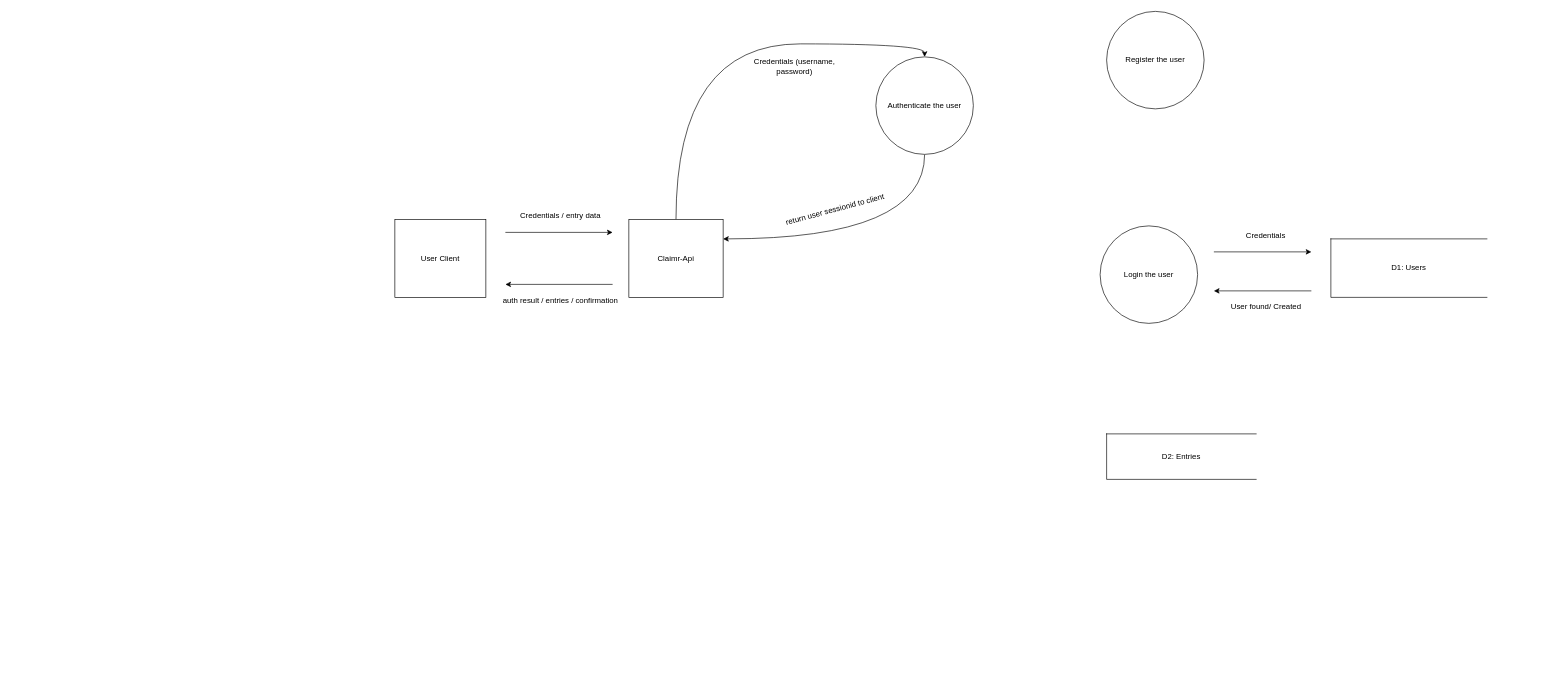
Airstriker123/Claimr-API keeps this draw.io diagram as DFD1.drawio. Above is the earlier version. Source tidied: cells renumbered, new cells numbered last; positions are measured from the earlier drawing's top-left corner, leaving out a move shared by most shapes. Both pictures are drawn from the tidied source at 65%, with x=0, y=0 at pixel (395, 11).
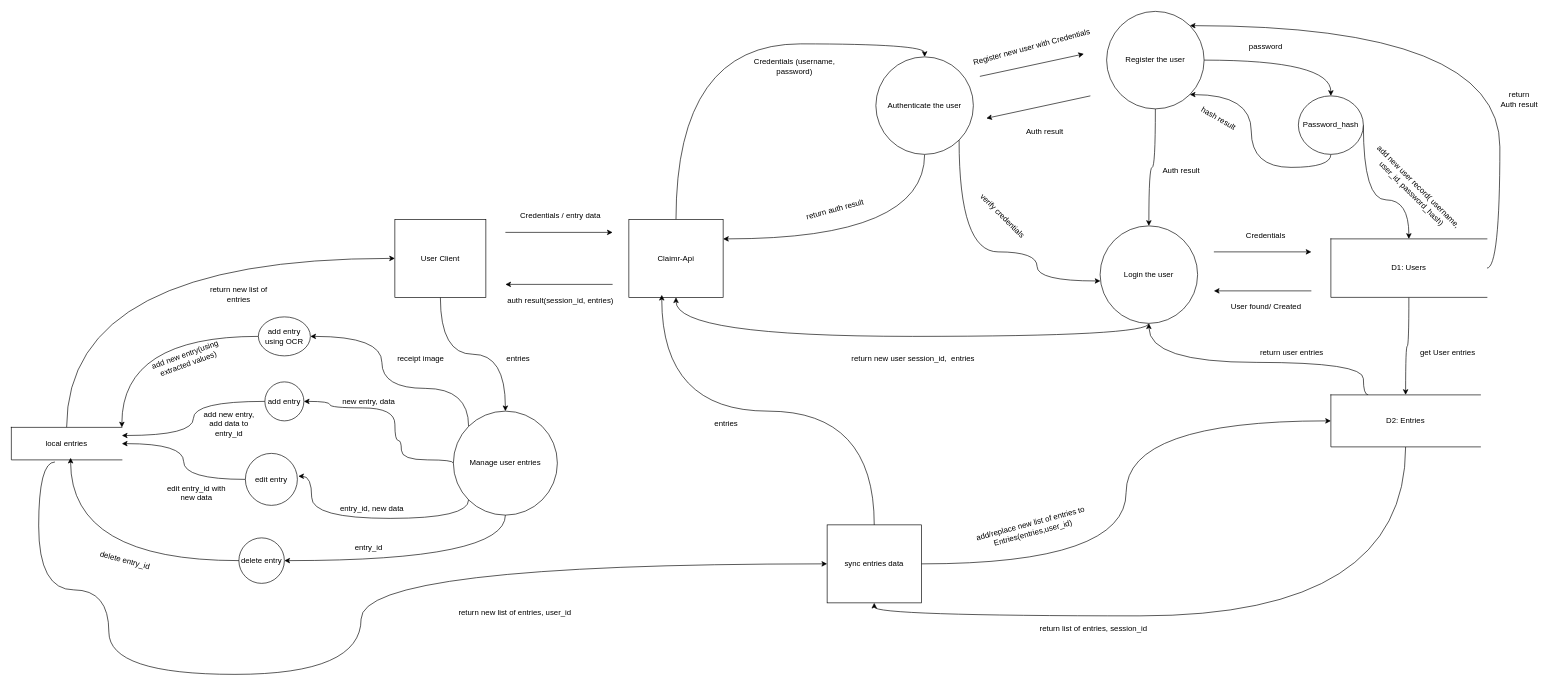
After the change.

Unchanged cells that the change refers to:
```xml
<mxCell id="2" value="User Client" style="rounded=0;whiteSpace=wrap;html=1;" parent="1" vertex="1">
  <mxGeometry y="320" width="140" height="120" as="geometry" />
</mxCell>
<mxCell id="7" value="D1: Users" style="html=1;dashed=0;whiteSpace=wrap;shape=partialRectangle;right=0;" parent="1" vertex="1">
  <mxGeometry x="1440" y="350" width="240" height="90" as="geometry" />
</mxCell>
<mxCell id="10" value="Claimr-Api" style="html=1;dashed=0;whiteSpace=wrap;" parent="1" vertex="1">
  <mxGeometry x="360" y="320" width="145" height="120" as="geometry" />
</mxCell>
<mxCell id="12" value="Authenticate the user" style="shape=ellipse;html=1;dashed=0;whiteSpace=wrap;perimeter=ellipsePerimeter;" parent="1" vertex="1">
  <mxGeometry x="740" y="70" width="150" height="150" as="geometry" />
</mxCell>
<mxCell id="19" value="Register the user" style="shape=ellipse;html=1;dashed=0;whiteSpace=wrap;perimeter=ellipsePerimeter;" parent="1" vertex="1">
  <mxGeometry x="1095" width="150" height="150" as="geometry" />
</mxCell>
<mxCell id="20" value="Login the user" style="shape=ellipse;html=1;dashed=0;whiteSpace=wrap;perimeter=ellipsePerimeter;" parent="1" vertex="1">
  <mxGeometry x="1085" y="330" width="150" height="150" as="geometry" />
</mxCell>
```

Change to the diagram source:
```diff
@@
+    <mxCell id="21" style="edgeStyle=orthogonalEdgeStyle;rounded=0;jettySize=auto;html=1;exitX=0.5;exitY=1;exitDx=0;exitDy=0;curved=1;" parent="1" edge="1" source="2" target="50">
+      <mxGeometry relative="1" as="geometry" />
+    </mxCell>
@@
-    <mxCell id="6" value="auth result / entries / confirmation" style="text;html=1;whiteSpace=wrap;strokeColor=none;fillColor=none;align=center;verticalAlign=middle;rounded=0;" parent="1" vertex="1">
+    <mxCell id="6" value="auth result(session_id, entries)" style="text;html=1;whiteSpace=wrap;strokeColor=none;fillColor=none;align=center;verticalAlign=middle;rounded=0;" parent="1" vertex="1">
       <mxGeometry x="160" y="430" width="190" height="30" as="geometry" />
     </mxCell>
+    <mxCell id="22" style="edgeStyle=orthogonalEdgeStyle;rounded=0;jettySize=auto;html=1;exitX=1;exitY=0.5;exitDx=0;exitDy=0;entryX=1;entryY=0;entryDx=0;entryDy=0;curved=1;" parent="1" edge="1" source="7" target="19">
+      <mxGeometry relative="1" as="geometry">
+        <Array as="points">
+          <mxPoint x="1700" y="395" />
+          <mxPoint x="1700" y="22" />
+        </Array>
+      </mxGeometry>
+    </mxCell>
+    <mxCell id="23" style="edgeStyle=orthogonalEdgeStyle;rounded=0;jettySize=auto;html=1;exitX=0.5;exitY=1;exitDx=0;exitDy=0;entryX=0.5;entryY=0;entryDx=0;entryDy=0;curved=1;" parent="1" edge="1" source="7" target="8">
+      <mxGeometry relative="1" as="geometry" />
+    </mxCell>
@@
+    <mxCell id="24" style="edgeStyle=orthogonalEdgeStyle;rounded=0;jettySize=auto;html=1;exitX=0.25;exitY=0;exitDx=0;exitDy=0;curved=1;" parent="1" edge="1" source="8" target="20">
+      <mxGeometry relative="1" as="geometry">
+        <Array as="points">
+          <mxPoint x="1490" y="590" />
+          <mxPoint x="1490" y="540" />
+          <mxPoint x="1160" y="540" />
+        </Array>
+      </mxGeometry>
+    </mxCell>
+    <mxCell id="25" style="edgeStyle=orthogonalEdgeStyle;rounded=0;jettySize=auto;html=1;exitX=0.5;exitY=1;exitDx=0;exitDy=0;entryX=0.5;entryY=1;entryDx=0;entryDy=0;curved=1;" parent="1" edge="1" source="8" target="47">
+      <mxGeometry relative="1" as="geometry" />
+    </mxCell>
     <mxCell id="8" value="D2: Entries" style="html=1;dashed=0;whiteSpace=wrap;shape=partialRectangle;right=0;" parent="1" vertex="1">
-      <mxGeometry x="1095" y="650" width="230" height="70" as="geometry" />
+      <mxGeometry x="1440" y="590" width="230" height="80" as="geometry" />
     </mxCell>
@@
-    <mxCell id="18" value="return user sessionid to client" style="text;html=1;whiteSpace=wrap;strokeColor=none;fillColor=none;align=center;verticalAlign=middle;rounded=0;rotation=-15;" parent="1" vertex="1">
+    <mxCell id="18" value="return auth result" style="text;html=1;whiteSpace=wrap;strokeColor=none;fillColor=none;align=center;verticalAlign=middle;rounded=0;rotation=-15;" parent="1" vertex="1">
       <mxGeometry x="570" y="290" width="215" height="30" as="geometry" />
     </mxCell>
+    <mxCell id="26" style="edgeStyle=orthogonalEdgeStyle;rounded=0;jettySize=auto;html=1;exitX=0.5;exitY=1;exitDx=0;exitDy=0;curved=1;" parent="1" edge="1" source="19" target="20">
+      <mxGeometry relative="1" as="geometry" />
+    </mxCell>
+    <mxCell id="27" style="edgeStyle=orthogonalEdgeStyle;rounded=0;jettySize=auto;html=1;exitX=1;exitY=0.5;exitDx=0;exitDy=0;entryX=0.5;entryY=0;entryDx=0;entryDy=0;curved=1;" parent="1" edge="1" source="19" target="37">
+      <mxGeometry relative="1" as="geometry" />
+    </mxCell>
@@
+    <mxCell id="28" style="edgeStyle=orthogonalEdgeStyle;rounded=0;jettySize=auto;html=1;exitX=0.5;exitY=1;exitDx=0;exitDy=0;entryX=0.5;entryY=1;entryDx=0;entryDy=0;curved=1;" parent="1" edge="1" source="20" target="10">
+      <mxGeometry relative="1" as="geometry" />
+    </mxCell>
@@
+    <mxCell id="29" style="endArrow=classic;html=1;rounded=0;" parent="1" edge="1">
+      <mxGeometry relative="1" as="geometry">
+        <mxPoint x="900" y="100" as="sourcePoint" />
+        <mxPoint x="1060" y="65.5" as="targetPoint" />
+      </mxGeometry>
+    </mxCell>
+    <mxCell id="30" style="endArrow=classic;html=1;rounded=0;" parent="1" edge="1">
+      <mxGeometry relative="1" as="geometry">
+        <mxPoint x="1070" y="130" as="sourcePoint" />
+        <mxPoint x="910" y="164.5" as="targetPoint" />
+      </mxGeometry>
+    </mxCell>
+    <mxCell id="31" value="Auth result" style="text;html=1;whiteSpace=wrap;strokeColor=none;fillColor=none;align=center;verticalAlign=middle;rounded=0;" parent="1" vertex="1">
+      <mxGeometry x="970" y="170" width="60" height="30" as="geometry" />
+    </mxCell>
+    <mxCell id="32" value="Register new user with Credentials" style="text;html=1;whiteSpace=wrap;strokeColor=none;fillColor=none;align=center;verticalAlign=middle;rounded=0;rotation=-15;" parent="1" vertex="1">
+      <mxGeometry x="880" y="40" width="200" height="30" as="geometry" />
+    </mxCell>
+    <mxCell id="33" value="Auth result" style="text;html=1;whiteSpace=wrap;strokeColor=none;fillColor=none;align=center;verticalAlign=middle;rounded=0;" parent="1" vertex="1">
+      <mxGeometry x="1180" y="230" width="60" height="30" as="geometry" />
+    </mxCell>
+    <mxCell id="34" value="return new user session_id,&amp;nbsp; entries" style="text;html=1;whiteSpace=wrap;strokeColor=none;fillColor=none;align=center;verticalAlign=middle;rounded=0;rotation=0;" parent="1" vertex="1">
+      <mxGeometry x="690" y="520" width="215" height="30" as="geometry" />
+    </mxCell>
+    <mxCell id="35" style="edgeStyle=orthogonalEdgeStyle;rounded=0;jettySize=auto;html=1;exitX=0.5;exitY=1;exitDx=0;exitDy=0;entryX=1;entryY=1;entryDx=0;entryDy=0;curved=1;" parent="1" edge="1" source="37" target="19">
+      <mxGeometry relative="1" as="geometry" />
+    </mxCell>
+    <mxCell id="36" style="edgeStyle=orthogonalEdgeStyle;rounded=0;jettySize=auto;html=1;exitX=1;exitY=0.5;exitDx=0;exitDy=0;curved=1;" parent="1" edge="1" source="37" target="7">
+      <mxGeometry relative="1" as="geometry">
+        <Array as="points">
+          <mxPoint x="1490" y="290" />
+          <mxPoint x="1560" y="290" />
+        </Array>
+      </mxGeometry>
+    </mxCell>
+    <mxCell id="37" value="Password_hash" style="shape=ellipse;html=1;dashed=0;whiteSpace=wrap;perimeter=ellipsePerimeter;" parent="1" vertex="1">
+      <mxGeometry x="1390" y="130" width="100" height="90" as="geometry" />
+    </mxCell>
+    <mxCell id="38" value="password" style="text;html=1;whiteSpace=wrap;strokeColor=none;fillColor=none;align=center;verticalAlign=middle;rounded=0;" parent="1" vertex="1">
+      <mxGeometry x="1310" y="40" width="60" height="30" as="geometry" />
+    </mxCell>
+    <mxCell id="39" value="hash result" style="text;html=1;whiteSpace=wrap;strokeColor=none;fillColor=none;align=center;verticalAlign=middle;rounded=0;rotation=30;" parent="1" vertex="1">
+      <mxGeometry x="1225" y="150" width="85" height="30" as="geometry" />
+    </mxCell>
+    <mxCell id="40" value="add new user record( username, user_id, password_hash)" style="text;html=1;whiteSpace=wrap;strokeColor=none;fillColor=none;align=center;verticalAlign=middle;rounded=0;rotation=45;" parent="1" vertex="1">
+      <mxGeometry x="1480" y="260" width="180" height="30" as="geometry" />
+    </mxCell>
+    <mxCell id="41" value="return Auth result" style="text;html=1;whiteSpace=wrap;strokeColor=none;fillColor=none;align=center;verticalAlign=middle;rounded=0;" parent="1" vertex="1">
+      <mxGeometry x="1700" y="120" width="60" height="30" as="geometry" />
+    </mxCell>
+    <mxCell id="42" style="edgeStyle=orthogonalEdgeStyle;rounded=0;jettySize=auto;html=1;exitX=1;exitY=1;exitDx=0;exitDy=0;curved=1;entryX=0.003;entryY=0.565;entryDx=0;entryDy=0;entryPerimeter=0;" parent="1" edge="1" source="12" target="20">
+      <mxGeometry relative="1" as="geometry">
+        <Array as="points">
+          <mxPoint x="868" y="370" />
+          <mxPoint x="988" y="370" />
+          <mxPoint x="988" y="415" />
+        </Array>
+      </mxGeometry>
+    </mxCell>
+    <mxCell id="43" value="verify credentials" style="text;html=1;whiteSpace=wrap;strokeColor=none;fillColor=none;align=center;verticalAlign=middle;rounded=0;rotation=45;" parent="1" vertex="1">
+      <mxGeometry x="860" y="300" width="150" height="30" as="geometry" />
+    </mxCell>
+    <mxCell id="44" value="get User entries" style="text;html=1;whiteSpace=wrap;strokeColor=none;fillColor=none;align=center;verticalAlign=middle;rounded=0;" parent="1" vertex="1">
+      <mxGeometry x="1560" y="510" width="120" height="30" as="geometry" />
+    </mxCell>
+    <mxCell id="45" value="return user entries" style="text;html=1;whiteSpace=wrap;strokeColor=none;fillColor=none;align=center;verticalAlign=middle;rounded=0;" parent="1" vertex="1">
+      <mxGeometry x="1320" y="510" width="120" height="30" as="geometry" />
+    </mxCell>
+    <mxCell id="46" style="edgeStyle=orthogonalEdgeStyle;rounded=0;jettySize=auto;html=1;exitX=1;exitY=0.5;exitDx=0;exitDy=0;entryX=0;entryY=0.5;entryDx=0;entryDy=0;curved=1;" parent="1" edge="1" source="47" target="8">
+      <mxGeometry relative="1" as="geometry" />
+    </mxCell>
+    <mxCell id="47" value="sync entries data" style="html=1;dashed=0;whiteSpace=wrap;" parent="1" vertex="1">
+      <mxGeometry x="665" y="790" width="145" height="120" as="geometry" />
+    </mxCell>
+    <mxCell id="48" style="edgeStyle=orthogonalEdgeStyle;rounded=0;jettySize=auto;html=1;exitX=0;exitY=0.5;exitDx=0;exitDy=0;entryX=1;entryY=0.5;entryDx=0;entryDy=0;curved=1;" parent="1" edge="1" source="50" target="56">
+      <mxGeometry relative="1" as="geometry">
+        <Array as="points">
+          <mxPoint x="90" y="690" />
+          <mxPoint x="10" y="690" />
+          <mxPoint x="10" y="660" />
+          <mxPoint y="660" />
+          <mxPoint y="610" />
+          <mxPoint x="-100" y="610" />
+          <mxPoint x="-100" y="600" />
+        </Array>
+      </mxGeometry>
+    </mxCell>
+    <mxCell id="49" style="edgeStyle=orthogonalEdgeStyle;rounded=0;jettySize=auto;html=1;exitX=0;exitY=0;exitDx=0;exitDy=0;entryX=1;entryY=0.5;entryDx=0;entryDy=0;curved=1;" parent="1" edge="1" source="50" target="76">
+      <mxGeometry relative="1" as="geometry">
+        <Array as="points">
+          <mxPoint x="113" y="580" />
+          <mxPoint x="-20" y="580" />
+          <mxPoint x="-20" y="500" />
+        </Array>
+      </mxGeometry>
+    </mxCell>
+    <mxCell id="50" value="Manage user entries" style="shape=ellipse;html=1;dashed=0;whiteSpace=wrap;perimeter=ellipsePerimeter;" parent="1" vertex="1">
+      <mxGeometry x="90" y="615" width="160" height="160" as="geometry" />
+    </mxCell>
+    <mxCell id="51" value="entries" style="text;html=1;whiteSpace=wrap;strokeColor=none;fillColor=none;align=center;verticalAlign=middle;rounded=0;" parent="1" vertex="1">
+      <mxGeometry x="160" y="520" width="60" height="30" as="geometry" />
+    </mxCell>
+    <mxCell id="52" style="edgeStyle=orthogonalEdgeStyle;rounded=0;jettySize=auto;html=1;exitX=0.5;exitY=0;exitDx=0;exitDy=0;entryX=0;entryY=0.5;entryDx=0;entryDy=0;curved=1;" parent="1" edge="1" source="54" target="2">
+      <mxGeometry relative="1" as="geometry" />
+    </mxCell>
+    <mxCell id="53" style="edgeStyle=orthogonalEdgeStyle;rounded=0;jettySize=auto;html=1;exitX=0.394;exitY=1.065;exitDx=0;exitDy=0;curved=1;exitPerimeter=0;" parent="1" edge="1" source="54" target="47">
+      <mxGeometry relative="1" as="geometry">
+        <Array as="points">
+          <mxPoint x="-548" y="693" />
+          <mxPoint x="-548" y="890" />
+          <mxPoint x="-440" y="890" />
+          <mxPoint x="-440" y="1020" />
+          <mxPoint x="-52" y="1020" />
+        </Array>
+      </mxGeometry>
+    </mxCell>
+    <mxCell id="54" value="local entries" style="html=1;dashed=0;whiteSpace=wrap;shape=partialRectangle;right=0;" parent="1" vertex="1">
+      <mxGeometry x="-590" y="640" width="170" height="50" as="geometry" />
+    </mxCell>
+    <mxCell id="55" style="edgeStyle=orthogonalEdgeStyle;rounded=0;jettySize=auto;html=1;exitX=0;exitY=0.5;exitDx=0;exitDy=0;entryX=1;entryY=0.25;entryDx=0;entryDy=0;curved=1;" parent="1" edge="1" source="56" target="54">
+      <mxGeometry relative="1" as="geometry" />
+    </mxCell>
+    <mxCell id="56" value="add entry" style="shape=ellipse;html=1;dashed=0;whiteSpace=wrap;perimeter=ellipsePerimeter;" parent="1" vertex="1">
+      <mxGeometry x="-200" y="570" width="60" height="60" as="geometry" />
+    </mxCell>
+    <mxCell id="57" value="delete entry" style="shape=ellipse;html=1;dashed=0;whiteSpace=wrap;perimeter=ellipsePerimeter;" parent="1" vertex="1">
+      <mxGeometry x="-240" y="810" width="70" height="70" as="geometry" />
+    </mxCell>
+    <mxCell id="58" style="edgeStyle=orthogonalEdgeStyle;rounded=0;jettySize=auto;html=1;exitX=0;exitY=0.5;exitDx=0;exitDy=0;entryX=1;entryY=0.5;entryDx=0;entryDy=0;curved=1;" parent="1" edge="1" source="59" target="54">
+      <mxGeometry relative="1" as="geometry" />
+    </mxCell>
+    <mxCell id="59" value="edit entry" style="shape=ellipse;html=1;dashed=0;whiteSpace=wrap;perimeter=ellipsePerimeter;" parent="1" vertex="1">
+      <mxGeometry x="-230" y="680" width="80" height="80" as="geometry" />
+    </mxCell>
+    <mxCell id="60" value="new entry, data" style="text;html=1;whiteSpace=wrap;strokeColor=none;fillColor=none;align=center;verticalAlign=middle;rounded=0;" parent="1" vertex="1">
+      <mxGeometry x="-100" y="585" width="120" height="30" as="geometry" />
+    </mxCell>
+    <mxCell id="61" style="edgeStyle=orthogonalEdgeStyle;rounded=0;jettySize=auto;html=1;exitX=0;exitY=1;exitDx=0;exitDy=0;entryX=1.018;entryY=0.439;entryDx=0;entryDy=0;entryPerimeter=0;curved=1;" parent="1" edge="1" source="50" target="59">
+      <mxGeometry relative="1" as="geometry">
+        <Array as="points">
+          <mxPoint x="113" y="780" />
+          <mxPoint x="-128" y="780" />
+        </Array>
+      </mxGeometry>
+    </mxCell>
+    <mxCell id="62" value="entry_id, new data" style="text;html=1;whiteSpace=wrap;strokeColor=none;fillColor=none;align=center;verticalAlign=middle;rounded=0;" parent="1" vertex="1">
+      <mxGeometry x="-100" y="750" width="130" height="30" as="geometry" />
+    </mxCell>
+    <mxCell id="63" style="edgeStyle=orthogonalEdgeStyle;rounded=0;jettySize=auto;html=1;exitX=0.5;exitY=1;exitDx=0;exitDy=0;entryX=1;entryY=0.5;entryDx=0;entryDy=0;curved=1;" parent="1" edge="1" source="50" target="57">
+      <mxGeometry relative="1" as="geometry" />
+    </mxCell>
+    <mxCell id="64" value="entry_id" style="text;html=1;whiteSpace=wrap;strokeColor=none;fillColor=none;align=center;verticalAlign=middle;rounded=0;" parent="1" vertex="1">
+      <mxGeometry x="-90" y="810" width="100" height="30" as="geometry" />
+    </mxCell>
+    <mxCell id="65" style="edgeStyle=orthogonalEdgeStyle;rounded=0;jettySize=auto;html=1;exitX=0;exitY=0.5;exitDx=0;exitDy=0;entryX=0.536;entryY=0.937;entryDx=0;entryDy=0;entryPerimeter=0;curved=1;" parent="1" edge="1" source="57" target="54">
+      <mxGeometry relative="1" as="geometry" />
+    </mxCell>
+    <mxCell id="66" value="delete entry_id" style="text;html=1;whiteSpace=wrap;strokeColor=none;fillColor=none;align=center;verticalAlign=middle;rounded=0;rotation=15;" parent="1" vertex="1">
+      <mxGeometry x="-470" y="830" width="110" height="30" as="geometry" />
+    </mxCell>
+    <mxCell id="67" value="edit entry_id with new data" style="text;html=1;whiteSpace=wrap;strokeColor=none;fillColor=none;align=center;verticalAlign=middle;rounded=0;" parent="1" vertex="1">
+      <mxGeometry x="-360" y="740" width="110" as="geometry" />
+    </mxCell>
+    <mxCell id="68" value="add new entry, add data to entry_id" style="text;html=1;whiteSpace=wrap;strokeColor=none;fillColor=none;align=center;verticalAlign=middle;rounded=0;" parent="1" vertex="1">
+      <mxGeometry x="-300" y="620" width="90" height="30" as="geometry" />
+    </mxCell>
+    <mxCell id="69" value="return new list of entries" style="text;html=1;whiteSpace=wrap;strokeColor=none;fillColor=none;align=center;verticalAlign=middle;rounded=0;" parent="1" vertex="1">
+      <mxGeometry x="-300" y="420" width="120" height="30" as="geometry" />
+    </mxCell>
+    <mxCell id="70" value="return new list of entries, user_id" style="text;html=1;whiteSpace=wrap;strokeColor=none;fillColor=none;align=center;verticalAlign=middle;rounded=0;" parent="1" vertex="1">
+      <mxGeometry x="60" y="900" width="250" height="50" as="geometry" />
+    </mxCell>
+    <mxCell id="71" value="add/replace new list of entries to Entries(entries,user_id)" style="text;html=1;whiteSpace=wrap;strokeColor=none;fillColor=none;align=center;verticalAlign=middle;rounded=0;rotation=-15;" parent="1" vertex="1">
+      <mxGeometry x="890" y="780" width="180" height="30" as="geometry" />
+    </mxCell>
+    <mxCell id="72" value="return list of entries, session_id" style="text;html=1;whiteSpace=wrap;strokeColor=none;fillColor=none;align=center;verticalAlign=middle;rounded=0;" parent="1" vertex="1">
+      <mxGeometry x="970" y="930" width="210" height="40" as="geometry" />
+    </mxCell>
+    <mxCell id="73" style="edgeStyle=orthogonalEdgeStyle;rounded=0;jettySize=auto;html=1;exitX=0.5;exitY=0;exitDx=0;exitDy=0;entryX=0.349;entryY=0.968;entryDx=0;entryDy=0;entryPerimeter=0;curved=1;" parent="1" edge="1" source="47" target="10">
+      <mxGeometry relative="1" as="geometry" />
+    </mxCell>
+    <mxCell id="74" value="entries" style="text;html=1;whiteSpace=wrap;strokeColor=none;fillColor=none;align=center;verticalAlign=middle;rounded=0;" parent="1" vertex="1">
+      <mxGeometry x="480" y="620" width="60" height="30" as="geometry" />
+    </mxCell>
+    <mxCell id="75" style="edgeStyle=orthogonalEdgeStyle;rounded=0;jettySize=auto;html=1;exitX=0;exitY=0.5;exitDx=0;exitDy=0;entryX=1;entryY=0;entryDx=0;entryDy=0;curved=1;" parent="1" edge="1" source="76" target="54">
+      <mxGeometry relative="1" as="geometry" />
+    </mxCell>
+    <mxCell id="76" value="add entry using OCR" style="shape=ellipse;html=1;dashed=0;whiteSpace=wrap;perimeter=ellipsePerimeter;" parent="1" vertex="1">
+      <mxGeometry x="-210" y="470" width="80" height="60" as="geometry" />
+    </mxCell>
+    <mxCell id="77" value="receipt image" style="text;html=1;whiteSpace=wrap;strokeColor=none;fillColor=none;align=center;verticalAlign=middle;rounded=0;" parent="1" vertex="1">
+      <mxGeometry y="520" width="80" height="30" as="geometry" />
+    </mxCell>
+    <mxCell id="78" value="add new entry(using extracted values)" style="text;html=1;whiteSpace=wrap;strokeColor=none;fillColor=none;align=center;verticalAlign=middle;rounded=0;rotation=-20;" parent="1" vertex="1">
+      <mxGeometry x="-380" y="520" width="120" height="30" as="geometry" />
+    </mxCell>
```
